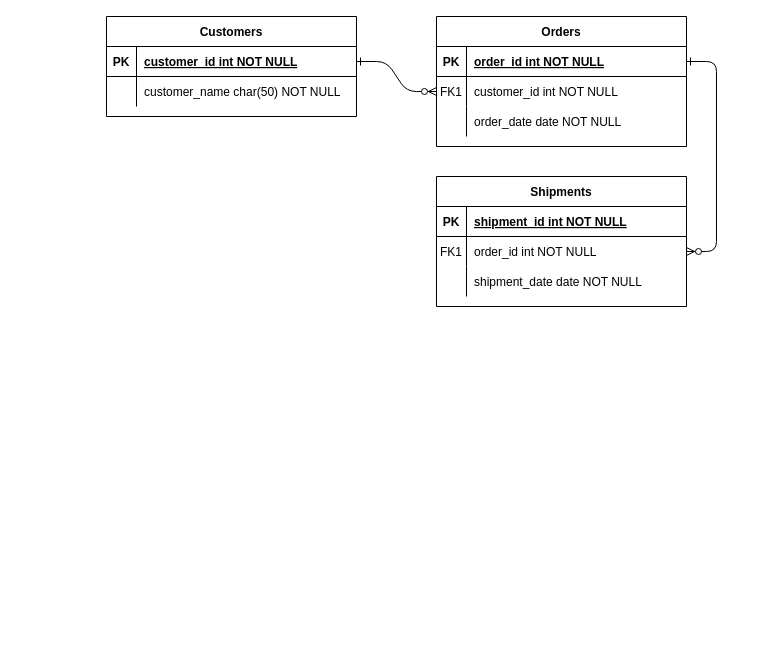
This is docs/Diagram.drawio from Dark1nessss/Project-Car, a draw.io file, before an edit. Source tidied: cells renumbered, new cells numbered last; positions are measured from the earlier drawing's top-left corner, leaving out a move shared by most shapes. Both pictures are drawn from the tidied source at 100%, with x=0, y=0 at pixel (106, 16).
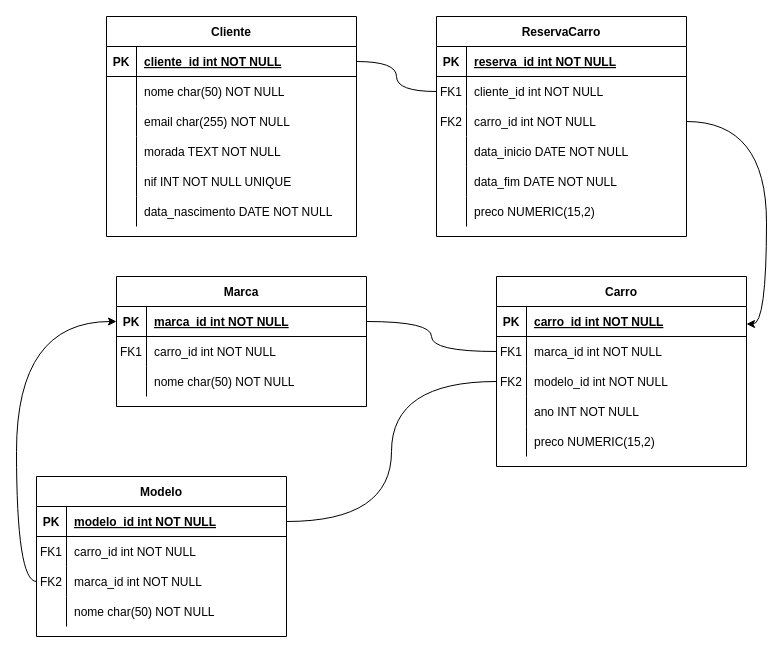
The same page after the edit.

The change refers to these unchanged cells:
```xml
<mxCell id="5" style="shape=partialRectangle;fillColor=none;points=[[0,0.5],[1,0.5]];portConstraint=eastwest;top=0;left=0;right=0;bottom=1;" parent="4" vertex="1">
  <mxGeometry y="30" width="250" height="30" as="geometry" />
</mxCell>
<mxCell id="8" style="shape=partialRectangle;fillColor=none;points=[[0,0.5],[1,0.5]];portConstraint=eastwest;top=0;left=0;right=0;bottom=0;" parent="4" vertex="1">
  <mxGeometry y="60" width="250" height="30" as="geometry" />
</mxCell>
<mxCell id="11" style="shape=partialRectangle;fillColor=none;points=[[0,0.5],[1,0.5]];portConstraint=eastwest;top=0;left=0;right=0;bottom=0;" parent="4" vertex="1">
  <mxGeometry y="90" width="250" height="30" as="geometry" />
</mxCell>
<mxCell id="15" style="shape=partialRectangle;fillColor=none;top=0;left=0;right=0;bottom=1;" parent="14" vertex="1">
  <mxGeometry y="30" width="250" height="30" as="geometry" />
</mxCell>
<mxCell id="18" style="shape=partialRectangle;fillColor=none;points=[[0,0.5],[1,0.5]];portConstraint=eastwest;top=0;left=0;right=0;bottom=0;" parent="14" vertex="1">
  <mxGeometry y="60" width="250" height="30" as="geometry" />
</mxCell>
<mxCell id="25" style="shape=partialRectangle;fillColor=none;points=[[0,0.5],[1,0.5]];portConstraint=eastwest;top=0;left=0;right=0;bottom=1;" parent="24" vertex="1">
  <mxGeometry y="30" width="250" height="30" as="geometry" />
</mxCell>
<mxCell id="28" style="shape=partialRectangle;fillColor=none;top=0;left=0;right=0;bottom=0;" parent="24" vertex="1">
  <mxGeometry y="60" width="250" height="30" as="geometry" />
</mxCell>
```

The edit, as a diff of the source:
```diff
@@
-    <mxCell id="2" style="edgeStyle=entityRelationEdgeStyle;endArrow=ERzeroToMany;startArrow=ERone;endFill=1;startFill=0;" parent="1" edge="1" source="25" target="8">
-      <mxGeometry relative="1" as="geometry" />
-    </mxCell>
-    <mxCell id="3" style="edgeStyle=entityRelationEdgeStyle;endArrow=ERzeroToMany;startArrow=ERone;endFill=1;startFill=0;" parent="1" edge="1" source="5" target="18">
-      <mxGeometry relative="1" as="geometry" />
-    </mxCell>
-    <mxCell id="4" value="Orders" style="shape=table;startSize=30;childLayout=tableLayout;rowLines=0;fontStyle=1;align=center;" parent="1" vertex="1">
-      <mxGeometry x="330" width="250" height="130" as="geometry" />
+    <mxCell id="4" value="ReservaCarro" style="shape=table;startSize=30;childLayout=tableLayout;rowLines=0;fontStyle=1;align=center;" parent="1" vertex="1">
+      <mxGeometry x="330" width="250" height="220" as="geometry" />
     </mxCell>
@@
-    <mxCell id="7" value="order_id int NOT NULL " style="shape=partialRectangle;overflow=hidden;fillColor=none;top=0;left=0;bottom=0;right=0;align=left;spacingLeft=6;fontStyle=5;" parent="5" vertex="1">
+    <mxCell id="7" value="reserva_id int NOT NULL " style="shape=partialRectangle;overflow=hidden;fillColor=none;top=0;left=0;bottom=0;right=0;align=left;spacingLeft=6;fontStyle=5;" parent="5" vertex="1">
       <mxGeometry x="30" width="220" height="30" as="geometry" />
     </mxCell>
@@
-    <mxCell id="10" value="customer_id int NOT NULL" style="shape=partialRectangle;overflow=hidden;fillColor=none;top=0;left=0;bottom=0;right=0;align=left;spacingLeft=6;" parent="8" vertex="1">
+    <mxCell id="10" value="cliente_id int NOT NULL" style="shape=partialRectangle;overflow=hidden;fillColor=none;top=0;left=0;bottom=0;right=0;align=left;spacingLeft=6;" parent="8" vertex="1">
       <mxGeometry x="30" width="220" height="30" as="geometry" />
     </mxCell>
@@
-    <mxCell id="13" value="order_date date NOT NULL" style="shape=partialRectangle;overflow=hidden;fillColor=none;top=0;left=0;bottom=0;right=0;align=left;spacingLeft=6;" parent="11" vertex="1">
+    <mxCell id="13" value="carro_id int NOT NULL" style="shape=partialRectangle;overflow=hidden;fillColor=none;top=0;left=0;bottom=0;right=0;align=left;spacingLeft=6;" parent="11" vertex="1">
       <mxGeometry x="30" width="220" height="30" as="geometry" />
     </mxCell>
+    <mxCell id="31" style="shape=partialRectangle;fillColor=none;top=0;left=0;right=0;bottom=0;" parent="4" vertex="1">
+      <mxGeometry y="120" width="250" height="30" as="geometry" />
+    </mxCell>
+    <mxCell id="32" style="shape=partialRectangle;overflow=hidden;fillColor=none;top=0;left=0;bottom=0;right=0;" parent="31" vertex="1">
+      <mxGeometry width="30" height="30" as="geometry" />
+    </mxCell>
+    <mxCell id="33" value="data_inicio DATE NOT NULL" style="shape=partialRectangle;overflow=hidden;fillColor=none;top=0;left=0;bottom=0;right=0;align=left;spacingLeft=6;" parent="31" vertex="1">
+      <mxGeometry x="30" width="220" height="30" as="geometry" />
+    </mxCell>
+    <mxCell id="34" style="shape=partialRectangle;fillColor=none;top=0;left=0;right=0;bottom=0;" parent="4" vertex="1">
+      <mxGeometry y="150" width="250" height="30" as="geometry" />
+    </mxCell>
+    <mxCell id="35" style="shape=partialRectangle;overflow=hidden;fillColor=none;top=0;left=0;bottom=0;right=0;" parent="34" vertex="1">
+      <mxGeometry width="30" height="30" as="geometry" />
+    </mxCell>
+    <mxCell id="36" style="shape=partialRectangle;overflow=hidden;fillColor=none;top=0;left=0;bottom=0;right=0;align=left;spacingLeft=6;" parent="34" vertex="1">
+      <mxGeometry x="30" width="220" height="30" as="geometry" />
+    </mxCell>
+    <mxCell id="37" style="shape=partialRectangle;fillColor=none;top=0;left=0;right=0;bottom=0;" parent="4" vertex="1">
+      <mxGeometry y="180" width="250" height="30" as="geometry" />
+    </mxCell>
+    <mxCell id="38" style="shape=partialRectangle;overflow=hidden;fillColor=none;top=0;left=0;bottom=0;right=0;" parent="37" vertex="1">
+      <mxGeometry width="30" height="30" as="geometry" />
+    </mxCell>
+    <mxCell id="39" style="shape=partialRectangle;overflow=hidden;fillColor=none;top=0;left=0;bottom=0;right=0;align=left;spacingLeft=6;" parent="37" vertex="1">
+      <mxGeometry x="30" width="220" height="30" as="geometry" />
+    </mxCell>
-    <mxCell id="14" value="Shipments" style="shape=table;startSize=30;childLayout=tableLayout;rowLines=0;fontStyle=1;align=center;" parent="1" vertex="1">
-      <mxGeometry x="330" y="160" width="250" height="130" as="geometry" />
+    <mxCell id="14" value="Carro" style="shape=table;startSize=30;childLayout=tableLayout;rowLines=0;fontStyle=1;align=center;" parent="1" vertex="1">
+      <mxGeometry x="390" y="260" width="250" height="190" as="geometry" />
     </mxCell>
@@
-    <mxCell id="17" value="shipment_id int NOT NULL " style="shape=partialRectangle;overflow=hidden;fillColor=none;top=0;left=0;bottom=0;right=0;align=left;spacingLeft=6;fontStyle=5;" parent="15" vertex="1">
+    <mxCell id="17" value="carro_id int NOT NULL " style="shape=partialRectangle;overflow=hidden;fillColor=none;top=0;left=0;bottom=0;right=0;align=left;spacingLeft=6;fontStyle=5;" parent="15" vertex="1">
       <mxGeometry x="30" width="220" height="30" as="geometry" />
     </mxCell>
@@
-    <mxCell id="20" value="order_id int NOT NULL" style="shape=partialRectangle;overflow=hidden;fillColor=none;top=0;left=0;bottom=0;right=0;align=left;spacingLeft=6;" parent="18" vertex="1">
+    <mxCell id="20" value="marca_id int NOT NULL" style="shape=partialRectangle;overflow=hidden;fillColor=none;top=0;left=0;bottom=0;right=0;align=left;spacingLeft=6;" parent="18" vertex="1">
       <mxGeometry x="30" width="220" height="30" as="geometry" />
     </mxCell>
+    <mxCell id="40" style="shape=partialRectangle;fillColor=none;points=[[0,0.5],[1,0.5]];portConstraint=eastwest;top=0;left=0;right=0;bottom=0;" parent="14" vertex="1">
+      <mxGeometry y="90" width="250" height="30" as="geometry" />
+    </mxCell>
+    <mxCell id="41" value="FK2" style="shape=partialRectangle;overflow=hidden;fillColor=none;top=0;left=0;bottom=0;right=0;" parent="40" vertex="1">
+      <mxGeometry width="30" height="30" as="geometry" />
+    </mxCell>
+    <mxCell id="42" value="modelo_id int NOT NULL" style="shape=partialRectangle;overflow=hidden;fillColor=none;top=0;left=0;bottom=0;right=0;align=left;spacingLeft=6;" parent="40" vertex="1">
+      <mxGeometry x="30" width="220" height="30" as="geometry" />
+    </mxCell>
     <mxCell id="21" style="shape=partialRectangle;fillColor=none;top=0;left=0;right=0;bottom=0;" parent="14" vertex="1">
-      <mxGeometry y="90" width="250" height="30" as="geometry" />
+      <mxGeometry y="120" width="250" height="30" as="geometry" />
     </mxCell>
@@
-    <mxCell id="23" value="shipment_date date NOT NULL" style="shape=partialRectangle;overflow=hidden;fillColor=none;top=0;left=0;bottom=0;right=0;align=left;spacingLeft=6;" parent="21" vertex="1">
+    <mxCell id="23" value="ano INT NOT NULL" style="shape=partialRectangle;overflow=hidden;fillColor=none;top=0;left=0;bottom=0;right=0;align=left;spacingLeft=6;" parent="21" vertex="1">
       <mxGeometry x="30" width="220" height="30" as="geometry" />
     </mxCell>
+    <mxCell id="43" style="shape=partialRectangle;fillColor=none;top=0;left=0;right=0;bottom=0;" parent="14" vertex="1">
+      <mxGeometry y="150" width="250" height="30" as="geometry" />
+    </mxCell>
+    <mxCell id="44" style="shape=partialRectangle;overflow=hidden;fillColor=none;top=0;left=0;bottom=0;right=0;" parent="43" vertex="1">
+      <mxGeometry width="30" height="30" as="geometry" />
+    </mxCell>
+    <mxCell id="45" value="preco NUMERIC(15,2)" style="shape=partialRectangle;overflow=hidden;fillColor=none;top=0;left=0;bottom=0;right=0;align=left;spacingLeft=6;" parent="43" vertex="1">
+      <mxGeometry x="30" width="220" height="30" as="geometry" />
+    </mxCell>
-    <mxCell id="24" value="Customers" style="shape=table;startSize=30;childLayout=tableLayout;rowLines=0;fontStyle=1;align=center;" parent="1" vertex="1">
-      <mxGeometry width="250" height="100" as="geometry" />
+    <mxCell id="24" value="Cliente" style="shape=table;startSize=30;childLayout=tableLayout;rowLines=0;fontStyle=1;align=center;" parent="1" vertex="1">
+      <mxGeometry width="250" height="220" as="geometry" />
     </mxCell>
@@
-    <mxCell id="27" value="customer_id int NOT NULL " style="shape=partialRectangle;overflow=hidden;fillColor=none;top=0;left=0;bottom=0;right=0;align=left;spacingLeft=6;fontStyle=5;" parent="25" vertex="1">
+    <mxCell id="27" value="cliente_id int NOT NULL " style="shape=partialRectangle;overflow=hidden;fillColor=none;top=0;left=0;bottom=0;right=0;align=left;spacingLeft=6;fontStyle=5;" parent="25" vertex="1">
       <mxGeometry x="30" width="220" height="30" as="geometry" />
     </mxCell>
@@
-    <mxCell id="30" value="customer_name char(50) NOT NULL" style="shape=partialRectangle;overflow=hidden;fillColor=none;top=0;left=0;bottom=0;right=0;align=left;spacingLeft=6;" parent="28" vertex="1">
+    <mxCell id="30" value="nome char(50) NOT NULL" style="shape=partialRectangle;overflow=hidden;fillColor=none;top=0;left=0;bottom=0;right=0;align=left;spacingLeft=6;" parent="28" vertex="1">
       <mxGeometry x="30" width="220" height="30" as="geometry" />
     </mxCell>
+    <mxCell id="46" style="shape=partialRectangle;fillColor=none;top=0;left=0;right=0;bottom=0;" parent="24" vertex="1">
+      <mxGeometry y="90" width="250" height="30" as="geometry" />
+    </mxCell>
+    <mxCell id="47" style="shape=partialRectangle;overflow=hidden;fillColor=none;top=0;left=0;bottom=0;right=0;" parent="46" vertex="1">
+      <mxGeometry width="30" height="30" as="geometry" />
+    </mxCell>
+    <mxCell id="48" value="email char(255) NOT NULL" style="shape=partialRectangle;overflow=hidden;fillColor=none;top=0;left=0;bottom=0;right=0;align=left;spacingLeft=6;" parent="46" vertex="1">
+      <mxGeometry x="30" width="220" height="30" as="geometry" />
+    </mxCell>
+    <mxCell id="49" style="shape=partialRectangle;fillColor=none;top=0;left=0;right=0;bottom=0;" parent="24" vertex="1">
+      <mxGeometry y="120" width="250" height="30" as="geometry" />
+    </mxCell>
+    <mxCell id="50" style="shape=partialRectangle;overflow=hidden;fillColor=none;top=0;left=0;bottom=0;right=0;" parent="49" vertex="1">
+      <mxGeometry width="30" height="30" as="geometry" />
+    </mxCell>
+    <mxCell id="51" value="morada TEXT NOT NULL" style="shape=partialRectangle;overflow=hidden;fillColor=none;top=0;left=0;bottom=0;right=0;align=left;spacingLeft=6;" parent="49" vertex="1">
+      <mxGeometry x="30" width="220" height="30" as="geometry" />
+    </mxCell>
+    <mxCell id="52" style="shape=partialRectangle;fillColor=none;top=0;left=0;right=0;bottom=0;" parent="24" vertex="1">
+      <mxGeometry y="150" width="250" height="30" as="geometry" />
+    </mxCell>
+    <mxCell id="53" style="shape=partialRectangle;overflow=hidden;fillColor=none;top=0;left=0;bottom=0;right=0;" parent="52" vertex="1">
+      <mxGeometry width="30" height="30" as="geometry" />
+    </mxCell>
+    <mxCell id="54" value="nif INT NOT NULL UNIQUE" style="shape=partialRectangle;overflow=hidden;fillColor=none;top=0;left=0;bottom=0;right=0;align=left;spacingLeft=6;" parent="52" vertex="1">
+      <mxGeometry x="30" width="220" height="30" as="geometry" />
+    </mxCell>
+    <mxCell id="55" style="shape=partialRectangle;fillColor=none;top=0;left=0;right=0;bottom=0;" parent="24" vertex="1">
+      <mxGeometry y="180" width="250" height="30" as="geometry" />
+    </mxCell>
+    <mxCell id="56" style="shape=partialRectangle;overflow=hidden;fillColor=none;top=0;left=0;bottom=0;right=0;" parent="55" vertex="1">
+      <mxGeometry width="30" height="30" as="geometry" />
+    </mxCell>
+    <mxCell id="57" value="data_nascimento DATE NOT NULL" style="shape=partialRectangle;overflow=hidden;fillColor=none;top=0;left=0;bottom=0;right=0;align=left;spacingLeft=6;" parent="55" vertex="1">
+      <mxGeometry x="30" width="220" height="30" as="geometry" />
+    </mxCell>
+    <mxCell id="58" value="FK2" style="shape=partialRectangle;overflow=hidden;fillColor=none;top=0;left=0;bottom=0;right=0;" parent="1" vertex="1">
+      <mxGeometry x="330" y="90" width="30" height="30" as="geometry" />
+    </mxCell>
+    <mxCell id="2" style="edgeStyle=orthogonalEdgeStyle;curved=1;rounded=0;jettySize=auto;html=1;exitX=1;exitY=0.5;exitDx=0;exitDy=0;entryX=0;entryY=0.5;entryDx=0;entryDy=0;startArrow=none;startFill=0;endArrow=none;endFill=0;" parent="1" edge="1" source="25" target="8">
+      <mxGeometry relative="1" as="geometry" />
+    </mxCell>
+    <mxCell id="59" value="Modelo" style="shape=table;startSize=30;childLayout=tableLayout;rowLines=0;fontStyle=1;align=center;" parent="1" vertex="1">
+      <mxGeometry x="-70" y="460" width="250" height="160" as="geometry" />
+    </mxCell>
+    <mxCell id="60" style="shape=partialRectangle;fillColor=none;points=[[0,0.5],[1,0.5]];portConstraint=eastwest;top=0;left=0;right=0;bottom=1;" parent="59" vertex="1">
+      <mxGeometry y="30" width="250" height="30" as="geometry" />
+    </mxCell>
+    <mxCell id="61" value="PK" style="shape=partialRectangle;overflow=hidden;fillColor=none;top=0;left=0;bottom=0;right=0;fontStyle=1;" parent="60" vertex="1">
+      <mxGeometry width="30" height="30" as="geometry" />
+    </mxCell>
+    <mxCell id="62" value="modelo_id int NOT NULL " style="shape=partialRectangle;overflow=hidden;fillColor=none;top=0;left=0;bottom=0;right=0;align=left;spacingLeft=6;fontStyle=5;" parent="60" vertex="1">
+      <mxGeometry x="30" width="220" height="30" as="geometry" />
+    </mxCell>
+    <mxCell id="63" style="shape=partialRectangle;fillColor=none;top=0;left=0;right=0;bottom=0;" parent="59" vertex="1">
+      <mxGeometry y="60" width="250" height="30" as="geometry" />
+    </mxCell>
+    <mxCell id="64" value="FK1" style="shape=partialRectangle;overflow=hidden;fillColor=none;top=0;left=0;bottom=0;right=0;" parent="63" vertex="1">
+      <mxGeometry width="30" height="30" as="geometry" />
+    </mxCell>
+    <mxCell id="65" value="carro_id int NOT NULL" style="shape=partialRectangle;overflow=hidden;fillColor=none;top=0;left=0;bottom=0;right=0;align=left;spacingLeft=6;" parent="63" vertex="1">
+      <mxGeometry x="30" width="220" height="30" as="geometry" />
+    </mxCell>
+    <mxCell id="66" style="shape=partialRectangle;fillColor=none;points=[[0,0.5],[1,0.5]];portConstraint=eastwest;top=0;left=0;right=0;bottom=0;" parent="59" vertex="1">
+      <mxGeometry y="90" width="250" height="30" as="geometry" />
+    </mxCell>
+    <mxCell id="67" value="FK2" style="shape=partialRectangle;overflow=hidden;fillColor=none;top=0;left=0;bottom=0;right=0;" parent="66" vertex="1">
+      <mxGeometry width="30" height="30" as="geometry" />
+    </mxCell>
+    <mxCell id="68" value="marca_id int NOT NULL" style="shape=partialRectangle;overflow=hidden;fillColor=none;top=0;left=0;bottom=0;right=0;align=left;spacingLeft=6;" parent="66" vertex="1">
+      <mxGeometry x="30" width="220" height="30" as="geometry" />
+    </mxCell>
+    <mxCell id="69" style="shape=partialRectangle;fillColor=none;top=0;left=0;right=0;bottom=0;" parent="59" vertex="1">
+      <mxGeometry y="120" width="250" height="30" as="geometry" />
+    </mxCell>
+    <mxCell id="70" style="shape=partialRectangle;overflow=hidden;fillColor=none;top=0;left=0;bottom=0;right=0;" parent="69" vertex="1">
+      <mxGeometry width="30" height="30" as="geometry" />
+    </mxCell>
+    <mxCell id="71" value="nome char(50) NOT NULL" style="shape=partialRectangle;overflow=hidden;fillColor=none;top=0;left=0;bottom=0;right=0;align=left;spacingLeft=6;" parent="69" vertex="1">
+      <mxGeometry x="30" width="220" height="30" as="geometry" />
+    </mxCell>
+    <mxCell id="72" value="Marca" style="shape=table;startSize=30;childLayout=tableLayout;rowLines=0;fontStyle=1;align=center;" parent="1" vertex="1">
+      <mxGeometry x="10" y="260" width="250" height="130" as="geometry" />
+    </mxCell>
+    <mxCell id="73" style="shape=partialRectangle;fillColor=none;points=[[0,0.5],[1,0.5]];portConstraint=eastwest;top=0;left=0;right=0;bottom=1;" parent="72" vertex="1">
+      <mxGeometry y="30" width="250" height="30" as="geometry" />
+    </mxCell>
+    <mxCell id="74" value="PK" style="shape=partialRectangle;overflow=hidden;fillColor=none;top=0;left=0;bottom=0;right=0;fontStyle=1;" parent="73" vertex="1">
+      <mxGeometry width="30" height="30" as="geometry" />
+    </mxCell>
+    <mxCell id="75" value="marca_id int NOT NULL " style="shape=partialRectangle;overflow=hidden;fillColor=none;top=0;left=0;bottom=0;right=0;align=left;spacingLeft=6;fontStyle=5;" parent="73" vertex="1">
+      <mxGeometry x="30" width="220" height="30" as="geometry" />
+    </mxCell>
+    <mxCell id="76" style="shape=partialRectangle;fillColor=none;top=0;left=0;right=0;bottom=0;" parent="72" vertex="1">
+      <mxGeometry y="60" width="250" height="30" as="geometry" />
+    </mxCell>
+    <mxCell id="77" value="FK1" style="shape=partialRectangle;overflow=hidden;fillColor=none;top=0;left=0;bottom=0;right=0;" parent="76" vertex="1">
+      <mxGeometry width="30" height="30" as="geometry" />
+    </mxCell>
+    <mxCell id="78" value="carro_id int NOT NULL" style="shape=partialRectangle;overflow=hidden;fillColor=none;top=0;left=0;bottom=0;right=0;align=left;spacingLeft=6;" parent="76" vertex="1">
+      <mxGeometry x="30" width="220" height="30" as="geometry" />
+    </mxCell>
+    <mxCell id="79" style="shape=partialRectangle;fillColor=none;top=0;left=0;right=0;bottom=0;" parent="72" vertex="1">
+      <mxGeometry y="90" width="250" height="30" as="geometry" />
+    </mxCell>
+    <mxCell id="80" style="shape=partialRectangle;overflow=hidden;fillColor=none;top=0;left=0;bottom=0;right=0;" parent="79" vertex="1">
+      <mxGeometry width="30" height="30" as="geometry" />
+    </mxCell>
+    <mxCell id="81" value="nome char(50) NOT NULL" style="shape=partialRectangle;overflow=hidden;fillColor=none;top=0;left=0;bottom=0;right=0;align=left;spacingLeft=6;" parent="79" vertex="1">
+      <mxGeometry x="30" width="220" height="30" as="geometry" />
+    </mxCell>
+    <mxCell id="82" style="edgeStyle=orthogonalEdgeStyle;curved=1;rounded=0;jettySize=auto;html=1;exitX=1;exitY=0.5;exitDx=0;exitDy=0;endArrow=none;endFill=0;" parent="1" edge="1" source="73" target="18">
+      <mxGeometry relative="1" as="geometry" />
+    </mxCell>
+    <mxCell id="83" style="edgeStyle=orthogonalEdgeStyle;curved=1;rounded=0;jettySize=auto;html=1;exitX=1;exitY=0.5;exitDx=0;exitDy=0;endArrow=none;endFill=0;" parent="1" edge="1" source="60" target="40">
+      <mxGeometry relative="1" as="geometry" />
+    </mxCell>
+    <mxCell id="84" value="data_fim DATE NOT NULL" style="shape=partialRectangle;overflow=hidden;fillColor=none;top=0;left=0;bottom=0;right=0;align=left;spacingLeft=6;" parent="1" vertex="1">
+      <mxGeometry x="360" y="150" width="220" height="30" as="geometry" />
+    </mxCell>
+    <mxCell id="85" value="preco NUMERIC(15,2)" style="shape=partialRectangle;overflow=hidden;fillColor=none;top=0;left=0;bottom=0;right=0;align=left;spacingLeft=6;" parent="1" vertex="1">
+      <mxGeometry x="360" y="180" width="220" height="30" as="geometry" />
+    </mxCell>
+    <mxCell id="86" style="edgeStyle=orthogonalEdgeStyle;curved=1;rounded=0;jettySize=auto;html=1;exitX=0;exitY=0.5;exitDx=0;exitDy=0;" parent="1" edge="1" source="66" target="73">
+      <mxGeometry relative="1" as="geometry" />
+    </mxCell>
+    <mxCell id="87" style="edgeStyle=orthogonalEdgeStyle;curved=1;rounded=0;jettySize=auto;html=1;entryX=1;entryY=0.25;entryDx=0;entryDy=0;" parent="1" edge="1" source="11" target="14">
+      <mxGeometry relative="1" as="geometry" />
+    </mxCell>
```
